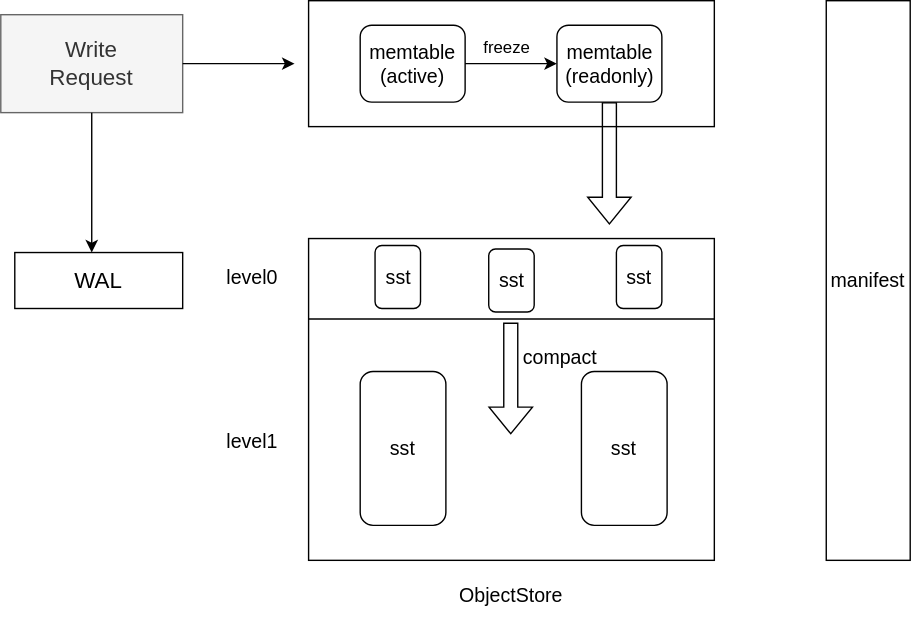
The draw.io diagram docs/src/resources/images/storage-overview.svg in apache/horaedb-docs, before a commit. Source tidied: cells renumbered, new cells last; positions are measured from the earlier drawing's top-left corner, leaving out a move shared by most shapes. Its diagram source:
```xml
<mxGraphModel>
  <root>
    <mxCell id="0" />
    <mxCell id="1" parent="0" />
    <mxCell id="2" value="&lt;font style=&quot;font-size: 16px&quot;&gt;Write&lt;br&gt;Request&lt;/font&gt;" style="text;html=1;strokeColor=#666666;fillColor=#f5f5f5;align=center;verticalAlign=middle;whiteSpace=wrap;rounded=0;fontColor=#333333;" parent="1" vertex="1">
      <mxGeometry y="10" width="130" height="70" as="geometry" />
    </mxCell>
    <mxCell id="3" style="endArrow=classic;html=1;rounded=0;fontSize=16;" parent="1" edge="1" source="2">
      <mxGeometry relative="1" as="geometry">
        <mxPoint x="65" y="180" as="targetPoint" />
      </mxGeometry>
    </mxCell>
    <mxCell id="4" value="WAL" style="rounded=0;whiteSpace=wrap;html=1;fontSize=16;" parent="1" vertex="1">
      <mxGeometry x="10" y="180" width="120" height="40" as="geometry" />
    </mxCell>
    <mxCell id="5" style="endArrow=classic;html=1;rounded=0;fontSize=16;exitX=1;exitY=0.5;exitDx=0;exitDy=0;" parent="1" edge="1">
      <mxGeometry relative="1" as="geometry">
        <mxPoint x="130" y="45" as="sourcePoint" />
        <mxPoint x="210" y="45" as="targetPoint" />
      </mxGeometry>
    </mxCell>
    <mxCell id="6" style="rounded=0;whiteSpace=wrap;html=1;fontSize=14;" parent="1" vertex="1">
      <mxGeometry x="220" width="290" height="90" as="geometry" />
    </mxCell>
    <mxCell id="7" value="memtable&lt;br style=&quot;font-size: 14px;&quot;&gt;(active)" style="rounded=1;whiteSpace=wrap;html=1;fontSize=14;" parent="1" vertex="1">
      <mxGeometry x="256.9" y="17.5" width="75" height="55" as="geometry" />
    </mxCell>
    <mxCell id="8" style="rounded=0;whiteSpace=wrap;html=1;fontSize=14;" parent="1" vertex="1">
      <mxGeometry x="220" y="170" width="290" height="230" as="geometry" />
    </mxCell>
    <mxCell id="9" value="memtable&lt;br style=&quot;font-size: 14px;&quot;&gt;(readonly)" style="rounded=1;whiteSpace=wrap;html=1;fontSize=14;" parent="1" vertex="1">
      <mxGeometry x="397.5" y="17.5" width="75" height="55" as="geometry" />
    </mxCell>
    <mxCell id="10" value="level0" style="text;html=1;strokeColor=none;fillColor=none;align=center;verticalAlign=middle;whiteSpace=wrap;rounded=0;fontSize=14;" parent="1" vertex="1">
      <mxGeometry x="150" y="182.5" width="60" height="30" as="geometry" />
    </mxCell>
    <mxCell id="11" value="level1" style="text;html=1;strokeColor=none;fillColor=none;align=center;verticalAlign=middle;whiteSpace=wrap;rounded=0;fontSize=14;" parent="1" vertex="1">
      <mxGeometry x="150" y="300" width="60" height="30" as="geometry" />
    </mxCell>
    <mxCell id="12" value="sst" style="rounded=1;whiteSpace=wrap;html=1;fontSize=14;" parent="1" vertex="1">
      <mxGeometry x="267.5" y="175" width="32.5" height="45" as="geometry" />
    </mxCell>
    <mxCell id="13" value="manifest" style="rounded=0;whiteSpace=wrap;html=1;fontSize=14;" parent="1" vertex="1">
      <mxGeometry x="590" width="60" height="400" as="geometry" />
    </mxCell>
    <mxCell id="14" value="sst" style="rounded=1;whiteSpace=wrap;html=1;fontSize=14;" parent="1" vertex="1">
      <mxGeometry x="256.9" y="265" width="61.2" height="110" as="geometry" />
    </mxCell>
    <mxCell id="15" style="endArrow=none;html=1;rounded=0;fontSize=14;exitX=0;exitY=0.25;exitDx=0;exitDy=0;entryX=1;entryY=0.25;entryDx=0;entryDy=0;" parent="1" edge="1" source="8" target="8">
      <mxGeometry relative="1" as="geometry" />
    </mxCell>
    <mxCell id="16" value="sst" style="rounded=1;whiteSpace=wrap;html=1;fontSize=14;" parent="1" vertex="1">
      <mxGeometry x="348.8" y="177.5" width="32.5" height="45" as="geometry" />
    </mxCell>
    <mxCell id="17" value="sst" style="rounded=1;whiteSpace=wrap;html=1;fontSize=14;" parent="1" vertex="1">
      <mxGeometry x="440" y="175" width="32.5" height="45" as="geometry" />
    </mxCell>
    <mxCell id="18" style="shape=flexArrow;endArrow=classic;html=1;rounded=0;fontSize=14;" parent="1" edge="1">
      <mxGeometry relative="1" as="geometry">
        <mxPoint x="364.5" y="230" as="sourcePoint" />
        <mxPoint x="364.5" y="310" as="targetPoint" />
      </mxGeometry>
    </mxCell>
    <mxCell id="19" value="compact" style="text;html=1;strokeColor=none;fillColor=none;align=center;verticalAlign=middle;whiteSpace=wrap;rounded=0;fontSize=14;" parent="1" vertex="1">
      <mxGeometry x="370" y="240" width="60" height="30" as="geometry" />
    </mxCell>
    <mxCell id="20" value="sst" style="rounded=1;whiteSpace=wrap;html=1;fontSize=14;" parent="1" vertex="1">
      <mxGeometry x="415" y="265" width="61.2" height="110" as="geometry" />
    </mxCell>
    <mxCell id="21" style="endArrow=classic;html=1;rounded=0;exitX=1;exitY=0.5;exitDx=0;exitDy=0;entryX=0;entryY=0.5;entryDx=0;entryDy=0;" parent="1" edge="1" source="7" target="9">
      <mxGeometry relative="1" as="geometry" />
    </mxCell>
    <mxCell id="22" value="&lt;font style=&quot;font-size: 12px&quot;&gt;freeze&lt;/font&gt;" style="text;html=1;strokeColor=none;fillColor=none;align=center;verticalAlign=middle;whiteSpace=wrap;rounded=0;fontSize=14;" parent="1" vertex="1">
      <mxGeometry x="331.9" y="17.5" width="60" height="30" as="geometry" />
    </mxCell>
    <mxCell id="23" style="shape=flexArrow;endArrow=classic;html=1;rounded=0;fontSize=14;exitX=0.5;exitY=1;exitDx=0;exitDy=0;" parent="1" edge="1" source="9">
      <mxGeometry relative="1" as="geometry">
        <mxPoint x="435" y="160" as="targetPoint" />
      </mxGeometry>
    </mxCell>
    <mxCell id="24" value="ObjectStore" style="text;html=1;strokeColor=none;fillColor=none;align=center;verticalAlign=middle;whiteSpace=wrap;rounded=0;fontSize=14;" parent="1" vertex="1">
      <mxGeometry x="335" y="410" width="60" height="30" as="geometry" />
    </mxCell>
  </root>
</mxGraphModel>
```
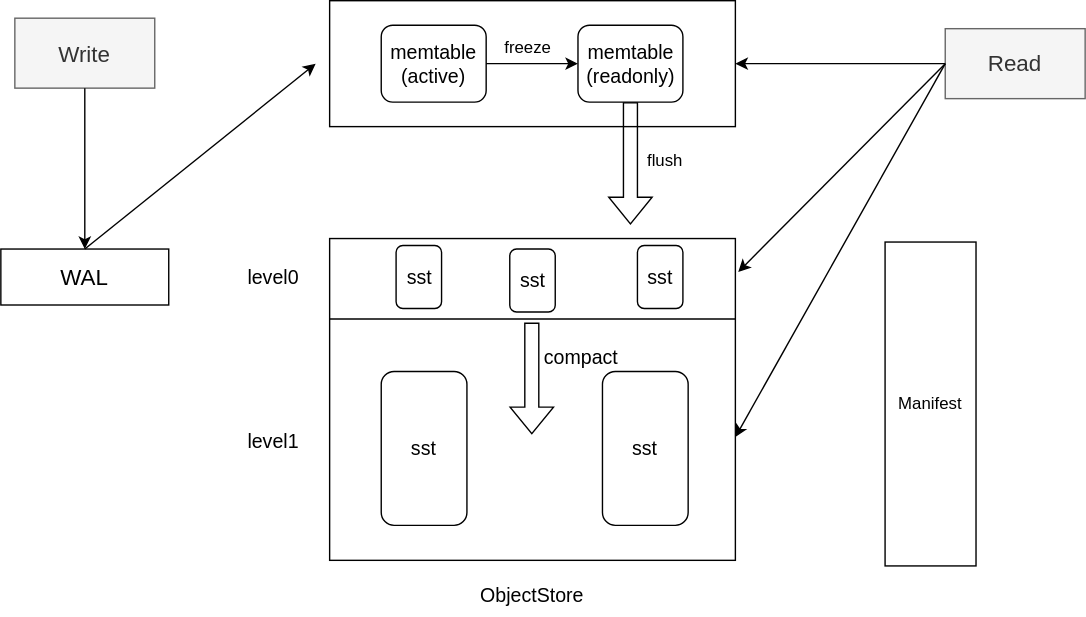
Later version of the same file.

Commit message:
update storage overview

The edit, as a diff of the source:
```diff
@@ -2,20 +2,17 @@
   <root>
     <mxCell id="0" />
     <mxCell id="1" parent="0" />
-    <mxCell id="2" value="&lt;font style=&quot;font-size: 16px&quot;&gt;Write&lt;br&gt;Request&lt;/font&gt;" style="text;html=1;strokeColor=#666666;fillColor=#f5f5f5;align=center;verticalAlign=middle;whiteSpace=wrap;rounded=0;fontColor=#333333;" parent="1" vertex="1">
-      <mxGeometry y="10" width="130" height="70" as="geometry" />
+    <mxCell id="2" value="&lt;font style=&quot;font-size: 16px&quot;&gt;Write&lt;br&gt;&lt;/font&gt;" style="text;html=1;strokeColor=#666666;fillColor=#f5f5f5;align=center;verticalAlign=middle;whiteSpace=wrap;rounded=0;fontColor=#333333;" parent="1" vertex="1">
+      <mxGeometry x="-5" y="12.5" width="100" height="50" as="geometry" />
     </mxCell>
-    <mxCell id="3" style="endArrow=classic;html=1;rounded=0;fontSize=16;" parent="1" edge="1" source="2">
-      <mxGeometry relative="1" as="geometry">
-        <mxPoint x="65" y="180" as="targetPoint" />
-      </mxGeometry>
+    <mxCell id="3" style="endArrow=classic;html=1;rounded=0;fontSize=16;entryX=0.5;entryY=0;entryDx=0;entryDy=0;" parent="1" edge="1" source="2" target="4">
+      <mxGeometry relative="1" as="geometry" />
     </mxCell>
     <mxCell id="4" value="WAL" style="rounded=0;whiteSpace=wrap;html=1;fontSize=16;" parent="1" vertex="1">
-      <mxGeometry x="10" y="180" width="120" height="40" as="geometry" />
+      <mxGeometry x="-15" y="177.5" width="120" height="40" as="geometry" />
     </mxCell>
-    <mxCell id="5" style="endArrow=classic;html=1;rounded=0;fontSize=16;exitX=1;exitY=0.5;exitDx=0;exitDy=0;" parent="1" edge="1">
+    <mxCell id="5" style="endArrow=classic;html=1;rounded=0;fontSize=16;exitX=0.5;exitY=0;exitDx=0;exitDy=0;" parent="1" edge="1" source="4">
       <mxGeometry relative="1" as="geometry">
-        <mxPoint x="130" y="45" as="sourcePoint" />
         <mxPoint x="210" y="45" as="targetPoint" />
       </mxGeometry>
     </mxCell>
@@ -40,9 +37,6 @@
     <mxCell id="12" value="sst" style="rounded=1;whiteSpace=wrap;html=1;fontSize=14;" parent="1" vertex="1">
       <mxGeometry x="267.5" y="175" width="32.5" height="45" as="geometry" />
     </mxCell>
-    <mxCell id="13" value="manifest" style="rounded=0;whiteSpace=wrap;html=1;fontSize=14;" parent="1" vertex="1">
-      <mxGeometry x="590" width="60" height="400" as="geometry" />
-    </mxCell>
     <mxCell id="14" value="sst" style="rounded=1;whiteSpace=wrap;html=1;fontSize=14;" parent="1" vertex="1">
       <mxGeometry x="256.9" y="265" width="61.2" height="110" as="geometry" />
     </mxCell>
@@ -81,5 +75,23 @@
     <mxCell id="24" value="ObjectStore" style="text;html=1;strokeColor=none;fillColor=none;align=center;verticalAlign=middle;whiteSpace=wrap;rounded=0;fontSize=14;" parent="1" vertex="1">
       <mxGeometry x="335" y="410" width="60" height="30" as="geometry" />
     </mxCell>
+    <mxCell id="25" value="flush" style="text;html=1;strokeColor=none;fillColor=none;align=center;verticalAlign=middle;whiteSpace=wrap;rounded=0;" parent="1" vertex="1">
+      <mxGeometry x="430" y="100" width="60" height="30" as="geometry" />
+    </mxCell>
+    <mxCell id="26" value="&lt;font style=&quot;font-size: 16px&quot;&gt;Read&lt;br&gt;&lt;/font&gt;" style="text;html=1;strokeColor=#666666;fillColor=#f5f5f5;align=center;verticalAlign=middle;whiteSpace=wrap;rounded=0;fontColor=#333333;" parent="1" vertex="1">
+      <mxGeometry x="660" y="20" width="100" height="50" as="geometry" />
+    </mxCell>
+    <mxCell id="27" style="endArrow=classic;html=1;rounded=0;fontSize=16;exitX=0;exitY=0.5;exitDx=0;exitDy=0;entryX=1;entryY=0.5;entryDx=0;entryDy=0;" parent="1" edge="1" source="26" target="6">
+      <mxGeometry relative="1" as="geometry" />
+    </mxCell>
+    <mxCell id="28" style="endArrow=classic;html=1;rounded=0;fontSize=16;exitX=0;exitY=0.5;exitDx=0;exitDy=0;entryX=1.007;entryY=0.104;entryDx=0;entryDy=0;entryPerimeter=0;" parent="1" edge="1" source="26" target="8">
+      <mxGeometry relative="1" as="geometry" />
+    </mxCell>
+    <mxCell id="29" style="endArrow=classic;html=1;rounded=0;fontSize=16;exitX=0;exitY=0.5;exitDx=0;exitDy=0;entryX=1;entryY=0.617;entryDx=0;entryDy=0;entryPerimeter=0;" parent="1" edge="1" source="26" target="8">
+      <mxGeometry relative="1" as="geometry" />
+    </mxCell>
+    <mxCell id="30" value="Manifest" style="rounded=0;whiteSpace=wrap;html=1;" parent="1" vertex="1">
+      <mxGeometry x="617" y="172.5" width="65" height="231.5" as="geometry" />
+    </mxCell>
   </root>
 </mxGraphModel>
```
